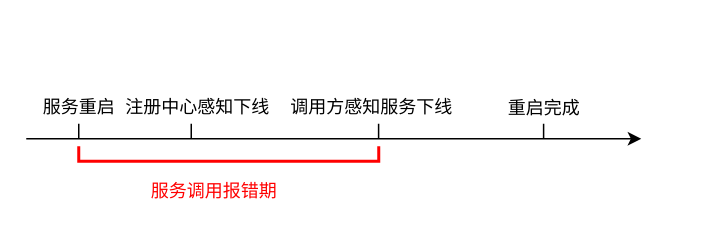
This is 未命名绘图.drawio from zhaoydo/diagrams, a draw.io file, before an edit. Source tidied: cells renumbered, new cells numbered last; positions are measured from the earlier drawing's top-left corner, leaving out a move shared by most shapes. Both pictures are drawn from the tidied source at 150%, with x=0, y=0 at pixel (26, 3).
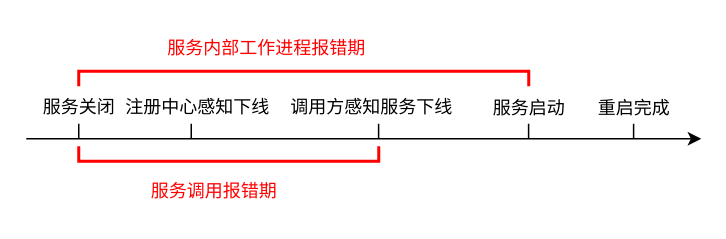
The same page after the edit.

Change to the diagram source:
```diff
@@
     <mxCell id="2" style="endArrow=classic;html=1;curved=1;" parent="1" edge="1">
       <mxGeometry relative="1" as="geometry">
         <mxPoint y="90" as="sourcePoint" />
-        <mxPoint x="410" y="90" as="targetPoint" />
+        <mxPoint x="450" y="90" as="targetPoint" />
       </mxGeometry>
     </mxCell>
@@
-    <mxCell id="4" value="服务重启" style="text;html=1;align=center;verticalAlign=middle;strokeColor=none;fillColor=none;" parent="1" vertex="1">
+    <mxCell id="4" value="服务关闭" style="text;html=1;align=center;verticalAlign=middle;strokeColor=none;fillColor=none;" parent="1" vertex="1">
       <mxGeometry y="54" width="70" height="30" as="geometry" />
     </mxCell>
-    <mxCell id="5" value="重启完成" style="text;html=1;align=center;verticalAlign=middle;strokeColor=none;fillColor=none;" parent="1" vertex="1">
-      <mxGeometry x="310" y="55" width="70" height="30" as="geometry" />
+    <mxCell id="5" value="服务启动" style="text;html=1;align=center;verticalAlign=middle;strokeColor=none;fillColor=none;" parent="1" vertex="1">
+      <mxGeometry x="300" y="55" width="70" height="30" as="geometry" />
     </mxCell>
@@
     <mxCell id="12" style="endArrow=none;html=1;curved=1;" parent="1" edge="1">
       <mxGeometry relative="1" as="geometry">
-        <mxPoint x="344.9" y="90" as="sourcePoint" />
-        <mxPoint x="344.9" y="80" as="targetPoint" />
+        <mxPoint x="334.9" y="90" as="sourcePoint" />
+        <mxPoint x="334.9" y="80" as="targetPoint" />
       </mxGeometry>
     </mxCell>
+    <mxCell id="13" style="strokeWidth=2;html=1;shape=mxgraph.flowchart.annotation_1;align=left;rotation=90;strokeColor=#FF0000;" parent="1" vertex="1">
+      <mxGeometry x="180" y="-100" width="10" height="300" as="geometry" />
+    </mxCell>
+    <mxCell id="14" value="重启完成" style="text;html=1;align=center;verticalAlign=middle;strokeColor=none;fillColor=none;" parent="1" vertex="1">
+      <mxGeometry x="370" y="55" width="70" height="30" as="geometry" />
+    </mxCell>
+    <mxCell id="15" style="endArrow=none;html=1;curved=1;" parent="1" edge="1">
+      <mxGeometry relative="1" as="geometry">
+        <mxPoint x="404.9" y="90" as="sourcePoint" />
+        <mxPoint x="404.9" y="80" as="targetPoint" />
+      </mxGeometry>
+    </mxCell>
+    <mxCell id="16" value="服务内部工作进程报错期" style="text;html=1;align=center;verticalAlign=middle;strokeColor=none;fillColor=none;fontColor=#FF0000;" parent="1" vertex="1">
+      <mxGeometry x="80" y="15" width="160" height="30" as="geometry" />
+    </mxCell>
```
